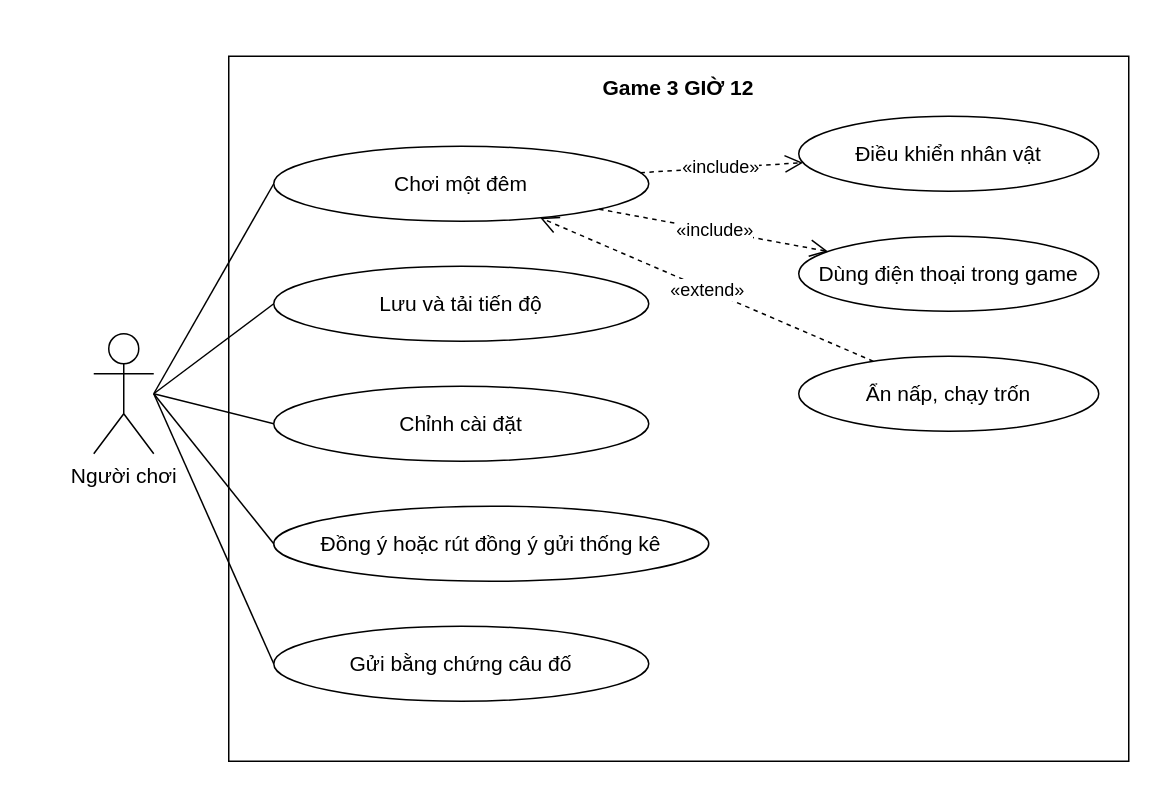
qivarnq3g/3-gio-12 keeps this draw.io diagram as page "Phân hệ game" (2 of 3) of docs/thiet-ke/use-case/luoc-do-use-case.drawio. Above is the earlier version. Source tidied: cells renumbered, new cells numbered last; positions are measured from the earlier drawing's top-left corner, leaving out a move shared by most shapes. Both pictures are drawn from the tidied source at 150%, with x=0, y=0 at pixel (93, 56).
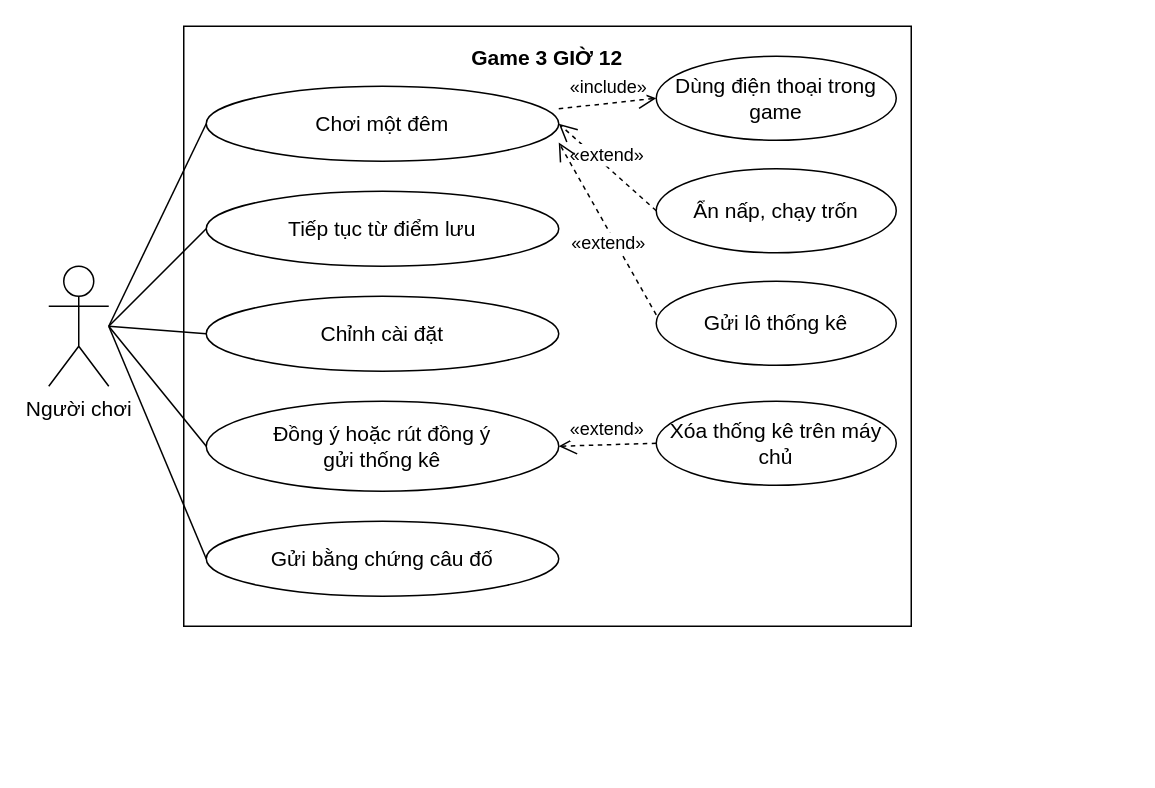
After the change.

What changed in the source:
```diff
@@
     <mxCell id="2" value="Game 3 GIỜ 12" style="rounded=0;whiteSpace=wrap;html=1;verticalAlign=top;fillColor=none;fontStyle=1;spacingTop=6;fontFamily=Arial;fontSize=14;" parent="1" vertex="1">
-      <mxGeometry x="90" width="600" height="470" as="geometry" />
+      <mxGeometry x="60" y="-20" width="485" height="400" as="geometry" />
     </mxCell>
     <mxCell id="3" value="Người chơi" style="shape=umlActor;verticalLabelPosition=bottom;verticalAlign=top;html=1;outlineConnect=0;fontFamily=Arial;fontSize=14;" parent="1" vertex="1">
-      <mxGeometry y="185" width="40" height="80" as="geometry" />
+      <mxGeometry x="-30" y="140" width="40" height="80" as="geometry" />
     </mxCell>
     <mxCell id="4" value="Chơi một đêm" style="ellipse;whiteSpace=wrap;html=1;fontFamily=Arial;fontSize=14;" parent="1" vertex="1">
-      <mxGeometry x="120" y="60" width="250" height="50" as="geometry" />
+      <mxGeometry x="75" y="20" width="235" height="50" as="geometry" />
     </mxCell>
+    <mxCell id="20" value="Tiếp tục từ điểm lưu" style="ellipse;whiteSpace=wrap;html=1;fontFamily=Arial;fontSize=14;" parent="1" vertex="1">
+      <mxGeometry x="75" y="90" width="235" height="50" as="geometry" />
+    </mxCell>
+    <mxCell id="8" value="Chỉnh cài đặt" style="ellipse;whiteSpace=wrap;html=1;fontFamily=Arial;fontSize=14;" parent="1" vertex="1">
+      <mxGeometry x="75" y="160" width="235" height="50" as="geometry" />
+    </mxCell>
+    <mxCell id="10" value="Đồng ý hoặc rút đồng ý&lt;br&gt;gửi thống kê" style="ellipse;whiteSpace=wrap;html=1;fontFamily=Arial;fontSize=14;" parent="1" vertex="1">
+      <mxGeometry x="75" y="230" width="235" height="60" as="geometry" />
+    </mxCell>
+    <mxCell id="12" value="Gửi bằng chứng câu đố" style="ellipse;whiteSpace=wrap;html=1;fontFamily=Arial;fontSize=14;" parent="1" vertex="1">
+      <mxGeometry x="75" y="310" width="235" height="50" as="geometry" />
+    </mxCell>
+    <mxCell id="16" value="Dùng điện thoại trong game" style="ellipse;whiteSpace=wrap;html=1;fontFamily=Arial;fontSize=14;" parent="1" vertex="1">
+      <mxGeometry x="375" width="160" height="56" as="geometry" />
+    </mxCell>
+    <mxCell id="18" value="Ẩn nấp, chạy trốn" style="ellipse;whiteSpace=wrap;html=1;fontFamily=Arial;fontSize=14;" parent="1" vertex="1">
+      <mxGeometry x="375" y="75" width="160" height="56" as="geometry" />
+    </mxCell>
+    <mxCell id="21" value="Gửi lô thống kê" style="ellipse;whiteSpace=wrap;html=1;fontFamily=Arial;fontSize=14;" parent="1" vertex="1">
+      <mxGeometry x="375" y="150" width="160" height="56" as="geometry" />
+    </mxCell>
+    <mxCell id="22" value="Xóa thống kê trên máy chủ" style="ellipse;whiteSpace=wrap;html=1;fontFamily=Arial;fontSize=14;" parent="1" vertex="1">
+      <mxGeometry x="375" y="230" width="160" height="56" as="geometry" />
+    </mxCell>
-    <mxCell id="5" style="endArrow=none;html=1;rounded=0;exitX=1;exitY=0.5;entryX=0;entryY=0.5;" parent="1" edge="1" source="3" target="4">
+    <mxCell id="5" style="endArrow=none;html=1;rounded=0;exitX=1;exitY=0.5;exitPerimeter=0;entryX=0;entryY=0.5;entryPerimeter=0;" parent="1" edge="1" source="3" target="4">
       <mxGeometry relative="1" as="geometry" />
     </mxCell>
-    <mxCell id="6" value="Lưu và tải tiến độ" style="ellipse;whiteSpace=wrap;html=1;fontFamily=Arial;fontSize=14;" parent="1" vertex="1">
-      <mxGeometry x="120" y="140" width="250" height="50" as="geometry" />
-    </mxCell>
-    <mxCell id="7" style="endArrow=none;html=1;rounded=0;exitX=1;exitY=0.5;entryX=0;entryY=0.5;" parent="1" edge="1" source="3" target="6">
-      <mxGeometry relative="1" as="geometry" />
-    </mxCell>
-    <mxCell id="8" value="Chỉnh cài đặt" style="ellipse;whiteSpace=wrap;html=1;fontFamily=Arial;fontSize=14;" parent="1" vertex="1">
-      <mxGeometry x="120" y="220" width="250" height="50" as="geometry" />
-    </mxCell>
+    <mxCell id="23" style="endArrow=none;html=1;rounded=0;exitX=1;exitY=0.5;exitPerimeter=0;entryX=0;entryY=0.5;entryPerimeter=0;" parent="1" edge="1" source="3" target="20">
+      <mxGeometry relative="1" as="geometry" />
+    </mxCell>
-    <mxCell id="9" style="endArrow=none;html=1;rounded=0;exitX=1;exitY=0.5;entryX=0;entryY=0.5;" parent="1" edge="1" source="3" target="8">
+    <mxCell id="9" style="endArrow=none;html=1;rounded=0;exitX=1;exitY=0.5;exitPerimeter=0;entryX=0;entryY=0.5;entryPerimeter=0;" parent="1" edge="1" source="3" target="8">
       <mxGeometry relative="1" as="geometry" />
     </mxCell>
-    <mxCell id="10" value="Đồng ý hoặc rút đồng ý gửi thống kê" style="ellipse;whiteSpace=wrap;html=1;fontFamily=Arial;fontSize=14;" parent="1" vertex="1">
-      <mxGeometry x="120" y="300" width="290" height="50" as="geometry" />
-    </mxCell>
-    <mxCell id="11" style="endArrow=none;html=1;rounded=0;exitX=1;exitY=0.5;entryX=0;entryY=0.5;" parent="1" edge="1" source="3" target="10">
+    <mxCell id="11" style="endArrow=none;html=1;rounded=0;exitX=1;exitY=0.5;exitPerimeter=0;entryX=0;entryY=0.5;entryPerimeter=0;" parent="1" edge="1" source="3" target="10">
       <mxGeometry relative="1" as="geometry" />
     </mxCell>
-    <mxCell id="12" value="Gửi bằng chứng câu đố" style="ellipse;whiteSpace=wrap;html=1;fontFamily=Arial;fontSize=14;" parent="1" vertex="1">
-      <mxGeometry x="120" y="380" width="250" height="50" as="geometry" />
-    </mxCell>
-    <mxCell id="13" style="endArrow=none;html=1;rounded=0;exitX=1;exitY=0.5;entryX=0;entryY=0.5;" parent="1" edge="1" source="3" target="12">
+    <mxCell id="13" style="endArrow=none;html=1;rounded=0;exitX=1;exitY=0.5;exitPerimeter=0;entryX=0;entryY=0.5;entryPerimeter=0;" parent="1" edge="1" source="3" target="12">
       <mxGeometry relative="1" as="geometry" />
     </mxCell>
-    <mxCell id="14" value="Điều khiển nhân vật" style="ellipse;whiteSpace=wrap;html=1;fontFamily=Arial;fontSize=14;" parent="1" vertex="1">
-      <mxGeometry x="470" y="40" width="200" height="50" as="geometry" />
-    </mxCell>
-    <mxCell id="15" value="«include»" style="endArrow=open;endSize=10;dashed=1;html=1;rounded=0;fontFamily=Arial;fontSize=12;labelBackgroundColor=#ffffff;" parent="1" edge="1" source="4" target="14">
-      <mxGeometry relative="1" as="geometry" />
-    </mxCell>
-    <mxCell id="16" value="Dùng điện thoại trong game" style="ellipse;whiteSpace=wrap;html=1;fontFamily=Arial;fontSize=14;" parent="1" vertex="1">
-      <mxGeometry x="470" y="120" width="200" height="50" as="geometry" />
-    </mxCell>
-    <mxCell id="17" value="«include»" style="endArrow=open;endSize=10;dashed=1;html=1;rounded=0;fontFamily=Arial;fontSize=12;labelBackgroundColor=#ffffff;" parent="1" edge="1" source="4" target="16">
-      <mxGeometry relative="1" as="geometry" />
+    <mxCell id="17" value="«include»" style="endArrow=open;endSize=10;dashed=1;html=1;rounded=0;fontFamily=Arial;fontSize=12;labelBackgroundColor=#ffffff;exitX=1;exitY=0.3;exitPerimeter=0;entryX=0;entryY=0.5;entryPerimeter=0;" parent="1" edge="1" source="4" target="16">
+      <mxGeometry relative="1" as="geometry">
+        <mxPoint y="-10" as="offset" />
+      </mxGeometry>
     </mxCell>
-    <mxCell id="18" value="Ẩn nấp, chạy trốn" style="ellipse;whiteSpace=wrap;html=1;fontFamily=Arial;fontSize=14;" parent="1" vertex="1">
-      <mxGeometry x="470" y="200" width="200" height="50" as="geometry" />
-    </mxCell>
-    <mxCell id="19" value="«extend»" style="endArrow=open;endSize=10;dashed=1;html=1;rounded=0;fontFamily=Arial;fontSize=12;labelBackgroundColor=#ffffff;" parent="1" edge="1" source="18" target="4">
-      <mxGeometry relative="1" as="geometry" />
+    <mxCell id="19" value="«extend»" style="endArrow=open;endSize=10;dashed=1;html=1;rounded=0;fontFamily=Arial;fontSize=12;labelBackgroundColor=#ffffff;exitX=0;exitY=0.5;exitPerimeter=0;entryX=1;entryY=0.5;entryPerimeter=0;" parent="1" edge="1" source="18" target="4">
+      <mxGeometry relative="1" as="geometry">
+        <mxPoint y="-8" as="offset" />
+      </mxGeometry>
     </mxCell>
+    <mxCell id="24" value="«extend»" style="endArrow=open;endSize=10;dashed=1;html=1;rounded=0;fontFamily=Arial;fontSize=12;labelBackgroundColor=#ffffff;exitX=0;exitY=0.4;exitPerimeter=0;entryX=1;entryY=0.75;entryPerimeter=0;" parent="1" edge="1" source="21" target="4">
+      <mxGeometry relative="1" as="geometry">
+        <mxPoint y="10" as="offset" />
+      </mxGeometry>
+    </mxCell>
+    <mxCell id="25" value="«extend»" style="endArrow=open;endSize=10;dashed=1;html=1;rounded=0;fontFamily=Arial;fontSize=12;labelBackgroundColor=#ffffff;exitX=0;exitY=0.5;exitPerimeter=0;entryX=1;entryY=0.5;entryPerimeter=0;" parent="1" edge="1" source="22" target="10">
+      <mxGeometry relative="1" as="geometry">
+        <mxPoint y="-10" as="offset" />
+      </mxGeometry>
+    </mxCell>
```
